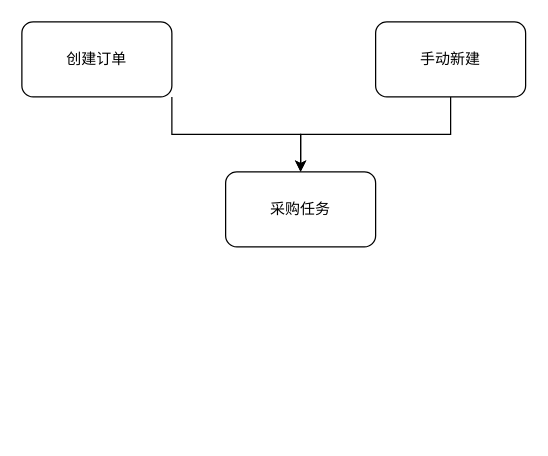
Earlier version of the draw.io diagram 轻巧版采购任务同步.drawio (pcorvoh/-warehouse). Source tidied: cells renumbered, new cells numbered last; positions are measured from the earlier drawing's top-left corner, leaving out a move shared by most shapes. Both pictures are drawn from the tidied source at 125%, with x=0, y=0 at pixel (21, 21).
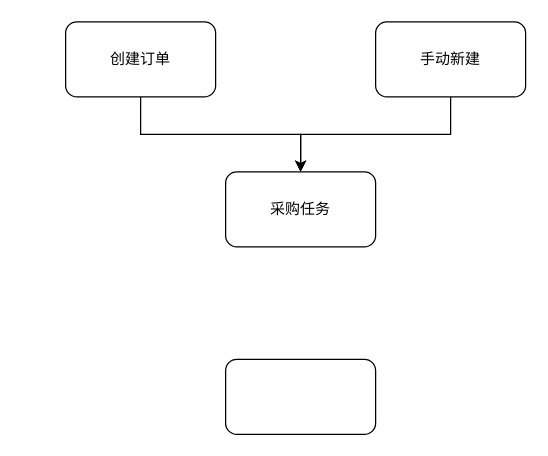
The same page after the edit.

Commit message (it also covers changes not shown here):
更新轻巧版采购任务同步.drawio

Change to the diagram source:
```diff
@@
 <mxGraphModel>
   <root>
     <mxCell id="0" />
     <mxCell id="1" parent="0" />
-    <mxCell id="2" style="edgeStyle=orthogonalEdgeStyle;rounded=0;jettySize=auto;html=1;exitX=1;exitY=1;exitDx=0;exitDy=0;" parent="1" edge="1" source="3" target="6">
+    <mxCell id="2" style="edgeStyle=orthogonalEdgeStyle;rounded=0;jettySize=auto;html=1;entryX=0.5;entryY=0;entryDx=0;entryDy=0;exitX=0.5;exitY=1;exitDx=0;exitDy=0;" parent="1" edge="1" source="3" target="6">
       <mxGeometry relative="1" as="geometry" />
     </mxCell>
     <mxCell id="3" value="创建订单" style="rounded=1;whiteSpace=wrap;html=1;" parent="1" vertex="1">
-      <mxGeometry width="120" height="60" as="geometry" />
+      <mxGeometry x="35" width="120" height="60" as="geometry" />
     </mxCell>
     <mxCell id="4" style="edgeStyle=orthogonalEdgeStyle;rounded=0;jettySize=auto;html=1;entryX=0.5;entryY=0;entryDx=0;entryDy=0;" parent="1" edge="1" source="5" target="6">
       <mxGeometry relative="1" as="geometry" />
     </mxCell>
     <mxCell id="5" value="手动新建" style="rounded=1;whiteSpace=wrap;html=1;" parent="1" vertex="1">
       <mxGeometry x="283" width="120" height="60" as="geometry" />
     </mxCell>
     <mxCell id="6" value="采购任务" style="rounded=1;whiteSpace=wrap;html=1;" parent="1" vertex="1">
       <mxGeometry x="163" y="120" width="120" height="60" as="geometry" />
     </mxCell>
+    <mxCell id="7" style="rounded=1;whiteSpace=wrap;html=1;" parent="1" vertex="1">
+      <mxGeometry x="163" y="270" width="120" height="60" as="geometry" />
+    </mxCell>
   </root>
 </mxGraphModel>
```
